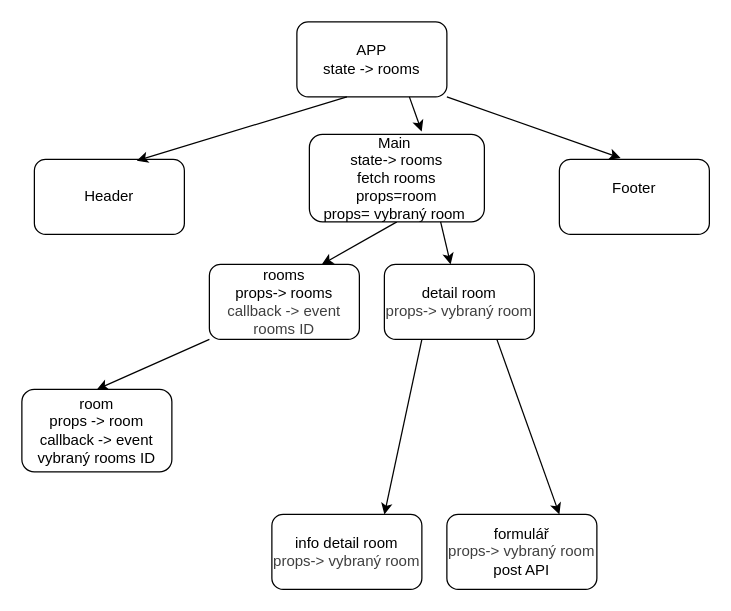
Above: navrh/návrh .drawio in LucieKopasova/projekt-hotel-stribrava (draw.io), before the change. Source tidied: cells renumbered, new cells numbered last; positions are measured from the earlier drawing's top-left corner, leaving out a move shared by most shapes. Both pictures are drawn from the tidied source at 125%, with x=0, y=0 at pixel (21, 21).
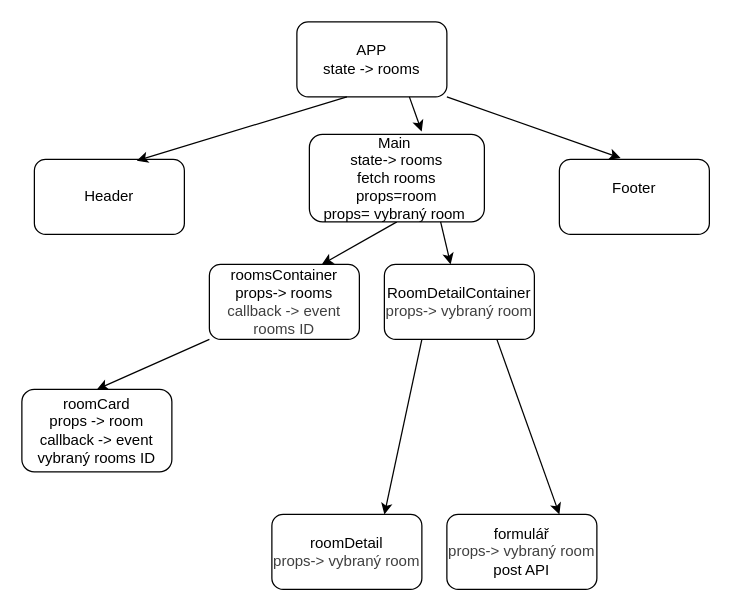
Above is the later version.

What changed in the source:
```diff
@@
-    <mxCell id="4" value="rooms&lt;div&gt;props-&amp;gt; rooms&lt;/div&gt;&lt;div&gt;&lt;span style=&quot;color: rgb(63, 63, 63);&quot;&gt;callback -&amp;gt; event rooms ID&lt;/span&gt;&lt;/div&gt;" style="rounded=1;whiteSpace=wrap;html=1;" parent="1" vertex="1">
+    <mxCell id="4" value="roomsContainer&lt;div&gt;props-&amp;gt; rooms&lt;/div&gt;&lt;div&gt;&lt;span style=&quot;color: rgb(63, 63, 63);&quot;&gt;callback -&amp;gt; event rooms ID&lt;/span&gt;&lt;/div&gt;" style="rounded=1;whiteSpace=wrap;html=1;" parent="1" vertex="1">
       <mxGeometry x="150" y="194" width="120" height="60" as="geometry" />
     </mxCell>
@@
-    <mxCell id="7" value="detail room&lt;div&gt;&lt;span style=&quot;color: rgb(63, 63, 63);&quot;&gt;props-&amp;gt;&amp;nbsp;&lt;/span&gt;&lt;span style=&quot;color: rgb(63, 63, 63); background-color: transparent;&quot;&gt;vybraný room&lt;/span&gt;&lt;/div&gt;" style="rounded=1;whiteSpace=wrap;html=1;" parent="1" vertex="1">
+    <mxCell id="7" value="RoomDetailContainer&lt;br&gt;&lt;div&gt;&lt;span style=&quot;color: rgb(63, 63, 63);&quot;&gt;props-&amp;gt;&amp;nbsp;&lt;/span&gt;&lt;span style=&quot;color: rgb(63, 63, 63); background-color: transparent;&quot;&gt;vybraný room&lt;/span&gt;&lt;/div&gt;" style="rounded=1;whiteSpace=wrap;html=1;" parent="1" vertex="1">
       <mxGeometry x="290" y="194" width="120" height="60" as="geometry" />
     </mxCell>
@@
-    <mxCell id="9" value="room&lt;div&gt;props -&amp;gt; room&lt;/div&gt;&lt;div&gt;callback -&amp;gt; event vybraný rooms ID&lt;/div&gt;" style="rounded=1;whiteSpace=wrap;html=1;" parent="1" vertex="1">
+    <mxCell id="9" value="roomCard&lt;div&gt;props -&amp;gt; room&lt;/div&gt;&lt;div&gt;callback -&amp;gt; event vybraný rooms ID&lt;/div&gt;" style="rounded=1;whiteSpace=wrap;html=1;" parent="1" vertex="1">
       <mxGeometry y="294" width="120" height="66" as="geometry" />
     </mxCell>
-    <mxCell id="10" value="info detail room&lt;div&gt;&lt;span style=&quot;color: rgb(63, 63, 63);&quot;&gt;props-&amp;gt;&amp;nbsp;&lt;/span&gt;&lt;span style=&quot;color: rgb(63, 63, 63); background-color: transparent;&quot;&gt;vybraný room&lt;/span&gt;&lt;/div&gt;" style="rounded=1;whiteSpace=wrap;html=1;" parent="1" vertex="1">
+    <mxCell id="10" value="roomDetail&lt;br&gt;&lt;div&gt;&lt;span style=&quot;color: rgb(63, 63, 63);&quot;&gt;props-&amp;gt;&amp;nbsp;&lt;/span&gt;&lt;span style=&quot;color: rgb(63, 63, 63); background-color: transparent;&quot;&gt;vybraný room&lt;/span&gt;&lt;/div&gt;" style="rounded=1;whiteSpace=wrap;html=1;" parent="1" vertex="1">
       <mxGeometry x="200" y="394" width="120" height="60" as="geometry" />
     </mxCell>
```
